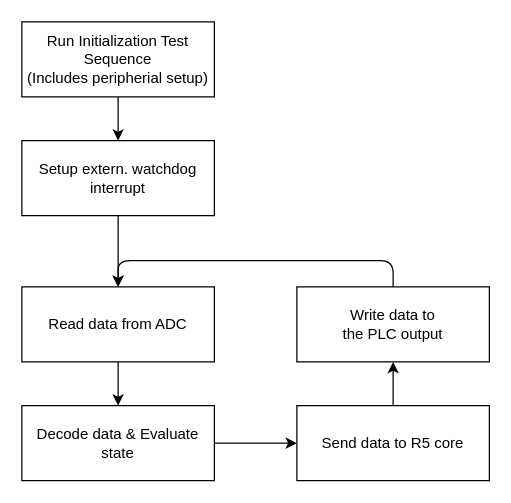
Before: schematic/05-sw-flow-running-SIL.drawio in petrkucerak/diplom-thesis, a draw.io diagram. Source tidied: cells renumbered, new cells numbered last; positions are measured from the earlier drawing's top-left corner, leaving out a move shared by most shapes. Both pictures are drawn from the tidied source at 125%, with x=0, y=0 at pixel (-224, 21).
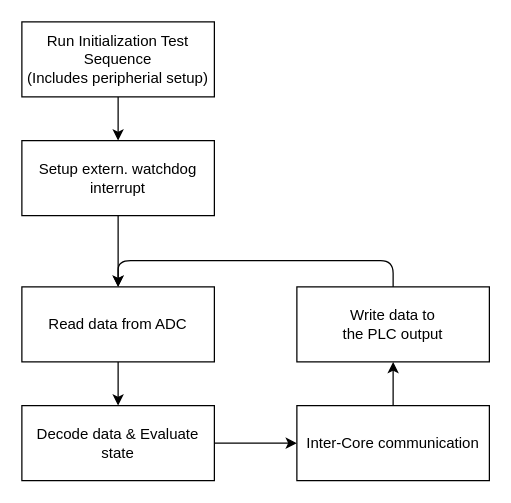
Above is the later version.

What changed in the source:
```diff
@@
 <mxGraphModel>
   <root>
     <mxCell id="0" />
     <mxCell id="1" parent="0" />
     <mxCell id="2" style="edgeStyle=orthogonalEdgeStyle;html=1;exitX=0.5;exitY=1;exitDx=0;exitDy=0;entryX=0.5;entryY=0;entryDx=0;entryDy=0;" parent="1" edge="1">
       <mxGeometry relative="1" as="geometry">
         <mxPoint x="0.5" y="638" as="targetPoint" />
         <Array as="points">
           <mxPoint y="1049" />
           <mxPoint x="117" y="1049" />
           <mxPoint x="117" y="605" />
           <mxPoint y="605" />
         </Array>
       </mxGeometry>
     </mxCell>
     <mxCell id="3" value="Read data from ADC" style="rounded=0;whiteSpace=wrap;html=1;" parent="1" vertex="1">
       <mxGeometry x="196" y="212" width="154" height="60" as="geometry" />
     </mxCell>
     <mxCell id="4" style="edgeStyle=none;html=1;exitX=1;exitY=0.5;exitDx=0;exitDy=0;" parent="1" edge="1" source="5" target="7">
       <mxGeometry relative="1" as="geometry" />
     </mxCell>
     <mxCell id="5" value="Decode data &amp;amp; Evaluate state" style="rounded=0;whiteSpace=wrap;html=1;" parent="1" vertex="1">
       <mxGeometry x="196" y="307" width="154" height="60" as="geometry" />
     </mxCell>
     <mxCell id="6" style="edgeStyle=none;html=1;exitX=0.5;exitY=0;exitDx=0;exitDy=0;" parent="1" edge="1" source="7" target="9">
       <mxGeometry relative="1" as="geometry" />
     </mxCell>
-    <mxCell id="7" value="Send data to R5 core" style="rounded=0;whiteSpace=wrap;html=1;" parent="1" vertex="1">
+    <mxCell id="7" value="Inter-Core communication" style="rounded=0;whiteSpace=wrap;html=1;" parent="1" vertex="1">
       <mxGeometry x="416" y="307" width="154" height="60" as="geometry" />
     </mxCell>
     <mxCell id="8" style="edgeStyle=orthogonalEdgeStyle;html=1;exitX=0.5;exitY=0;exitDx=0;exitDy=0;entryX=0.5;entryY=0;entryDx=0;entryDy=0;" parent="1" edge="1" source="9" target="3">
       <mxGeometry relative="1" as="geometry">
         <Array as="points">
           <mxPoint x="493" y="191" />
           <mxPoint x="273" y="191" />
         </Array>
       </mxGeometry>
     </mxCell>
     <mxCell id="9" value="Write data to&lt;br&gt;the PLC output" style="rounded=0;whiteSpace=wrap;html=1;" parent="1" vertex="1">
       <mxGeometry x="416" y="212" width="154" height="60" as="geometry" />
     </mxCell>
     <mxCell id="10" style="edgeStyle=none;html=1;exitX=0.5;exitY=1;exitDx=0;exitDy=0;" parent="1" edge="1" source="3" target="5">
       <mxGeometry relative="1" as="geometry" />
     </mxCell>
     <mxCell id="11" style="edgeStyle=none;html=1;exitX=0.5;exitY=1;exitDx=0;exitDy=0;" parent="1" edge="1" source="12" target="14">
       <mxGeometry relative="1" as="geometry" />
     </mxCell>
     <mxCell id="12" value="Run Initialization Test Sequence&lt;br&gt;(Includes peripherial setup)" style="rounded=0;whiteSpace=wrap;html=1;" parent="1" vertex="1">
       <mxGeometry x="196" width="154" height="60" as="geometry" />
     </mxCell>
     <mxCell id="13" style="edgeStyle=none;html=1;exitX=0.5;exitY=1;exitDx=0;exitDy=0;" parent="1" edge="1" source="14" target="3">
       <mxGeometry relative="1" as="geometry" />
     </mxCell>
     <mxCell id="14" value="Setup extern. watchdog interrupt" style="rounded=0;whiteSpace=wrap;html=1;" parent="1" vertex="1">
       <mxGeometry x="196" y="95" width="154" height="60" as="geometry" />
     </mxCell>
   </root>
 </mxGraphModel>
```
